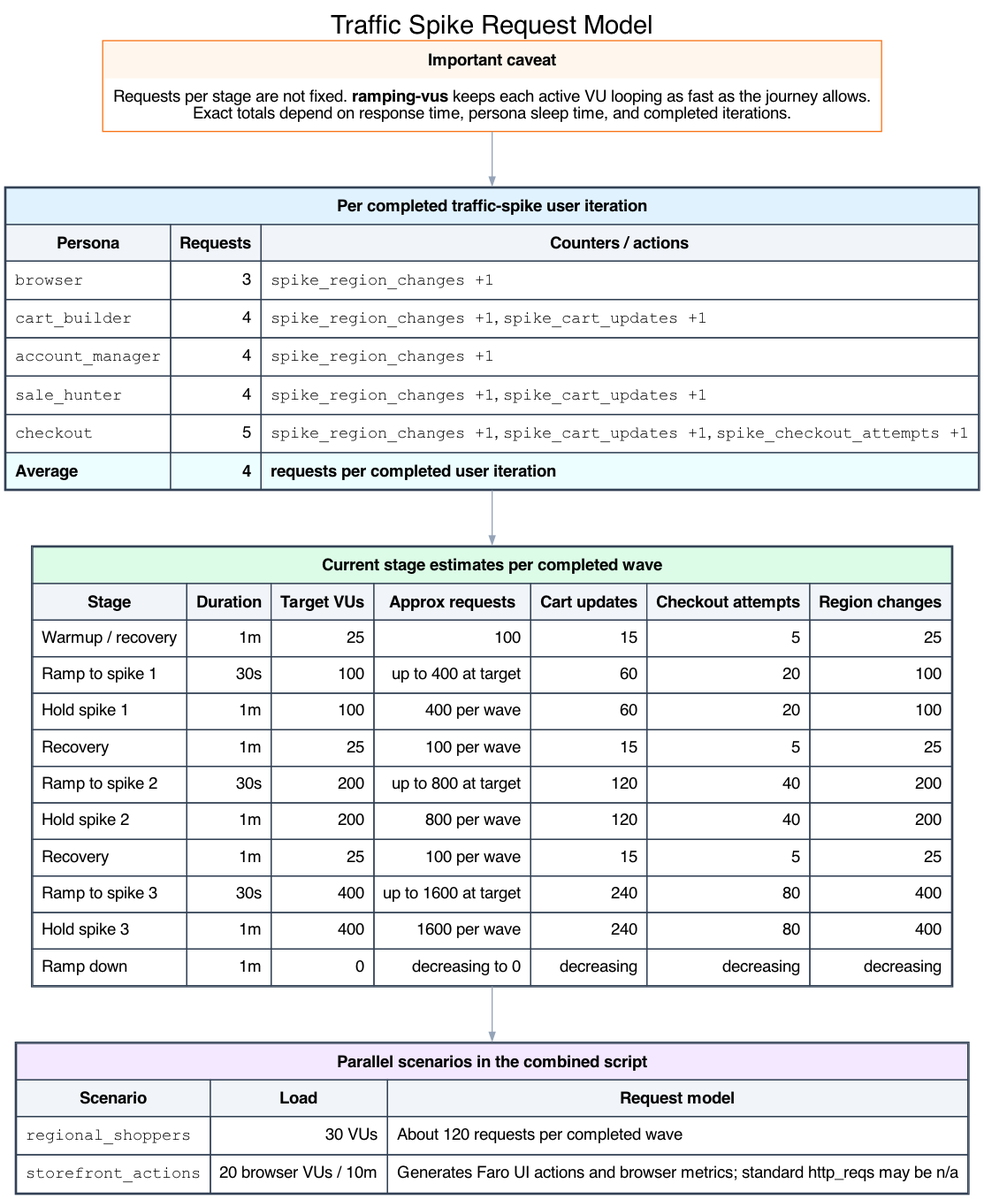
Earlier version of the Graphviz export docs/graphviz/traffic-spike-request-tables.png (orenlion1/ensemble-retail). Its source is kept beside it as docs/graphviz/traffic-spike-request-tables.dot.
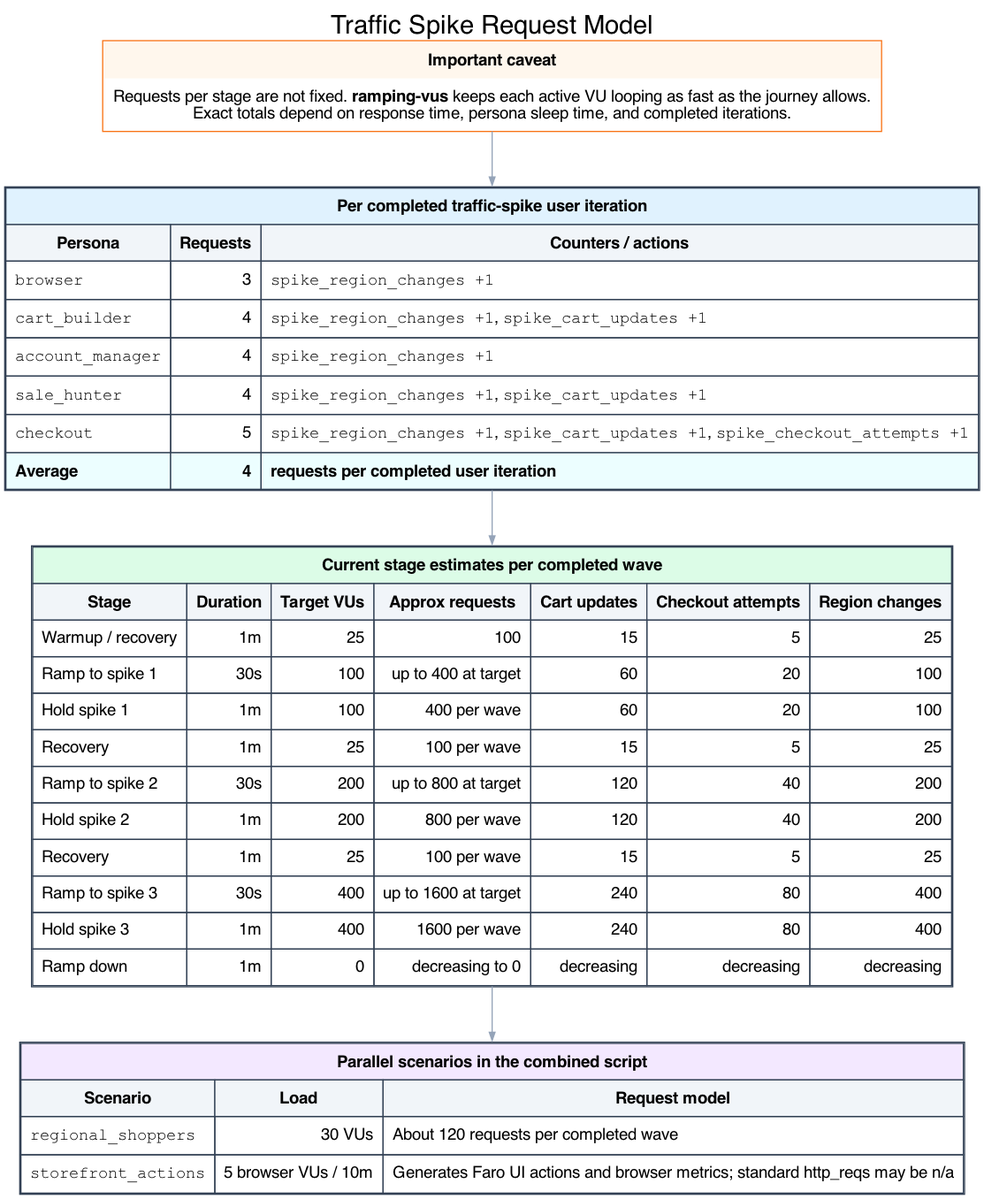
Later version of the same file.

Change to the diagram source:
```diff
@@ -23,7 +23,7 @@
       <TR><TD ALIGN="LEFT">Ramp down</TD><TD ALIGN="RIGHT">1m</TD><TD ALIGN="RIGHT">0</TD><TD ALIGN="RIGHT">decreasing to 0</TD><TD ALIGN="RIGHT">decreasing</TD><TD ALIGN="RIGHT">decreasing</TD><TD ALIGN="RIGHT">decreasing</TD></TR></TABLE>
   >];
   parallel_table [label=<
-    <TABLE BORDER="1" CELLBORDER="1" CELLSPACING="0" CELLPADDING="7" COLOR="#334155"><TR><TD COLSPAN="3" BGCOLOR="#f3e8ff"><B>Parallel scenarios in the combined script</B></TD></TR><TR><TD BGCOLOR="#f1f5f9"><B>Scenario</B></TD><TD BGCOLOR="#f1f5f9"><B>Load</B></TD><TD BGCOLOR="#f1f5f9"><B>Request model</B></TD></TR><TR><TD ALIGN="LEFT"><FONT FACE="Courier">regional_shoppers</FONT></TD><TD ALIGN="RIGHT">30 VUs</TD><TD ALIGN="LEFT">About 120 requests per completed wave</TD></TR><TR><TD ALIGN="LEFT"><FONT FACE="Courier">storefront_actions</FONT></TD><TD ALIGN="RIGHT">20 browser VUs / 10m</TD><TD ALIGN="LEFT">Generates Faro UI actions and browser metrics; standard http_reqs may be n/a</TD></TR></TABLE>
+    <TABLE BORDER="1" CELLBORDER="1" CELLSPACING="0" CELLPADDING="7" COLOR="#334155"><TR><TD COLSPAN="3" BGCOLOR="#f3e8ff"><B>Parallel scenarios in the combined script</B></TD></TR><TR><TD BGCOLOR="#f1f5f9"><B>Scenario</B></TD><TD BGCOLOR="#f1f5f9"><B>Load</B></TD><TD BGCOLOR="#f1f5f9"><B>Request model</B></TD></TR><TR><TD ALIGN="LEFT"><FONT FACE="Courier">regional_shoppers</FONT></TD><TD ALIGN="RIGHT">30 VUs</TD><TD ALIGN="LEFT">About 120 requests per completed wave</TD></TR><TR><TD ALIGN="LEFT"><FONT FACE="Courier">storefront_actions</FONT></TD><TD ALIGN="RIGHT">5 browser VUs / 10m</TD><TD ALIGN="LEFT">Generates Faro UI actions and browser metrics; standard http_reqs may be n/a</TD></TR></TABLE>
   >];
 
   caveat -> persona_table -> stage_table -> parallel_table;
```
